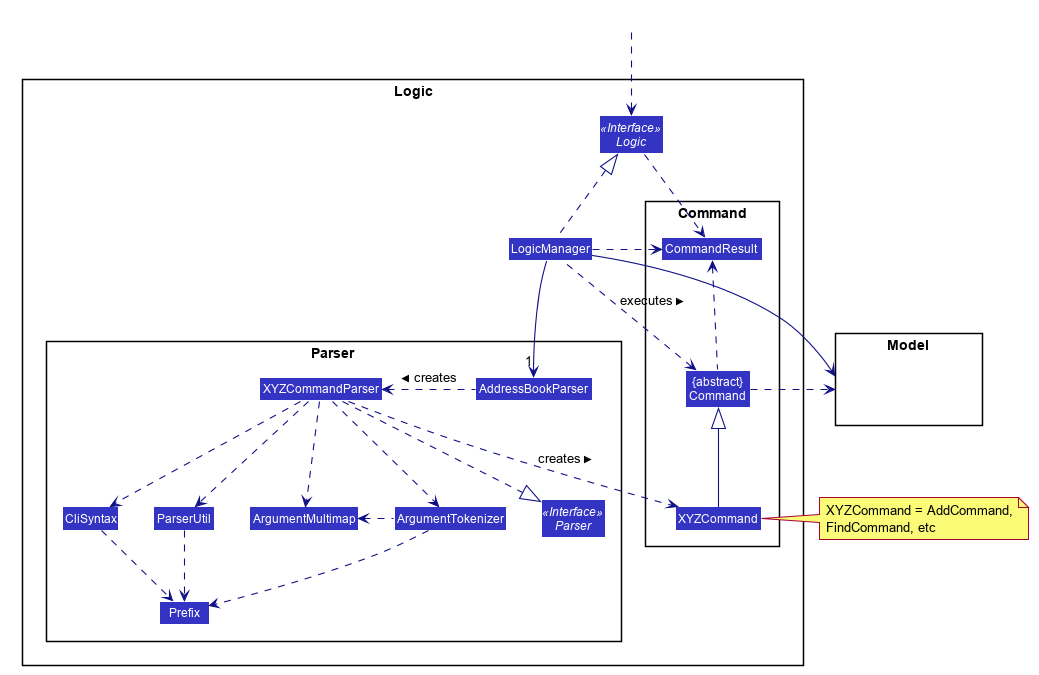
Above: docs/images/LogicClassDiagram.png in nus-cs2103-AY2021S2/tp (PlantUML), before the change.
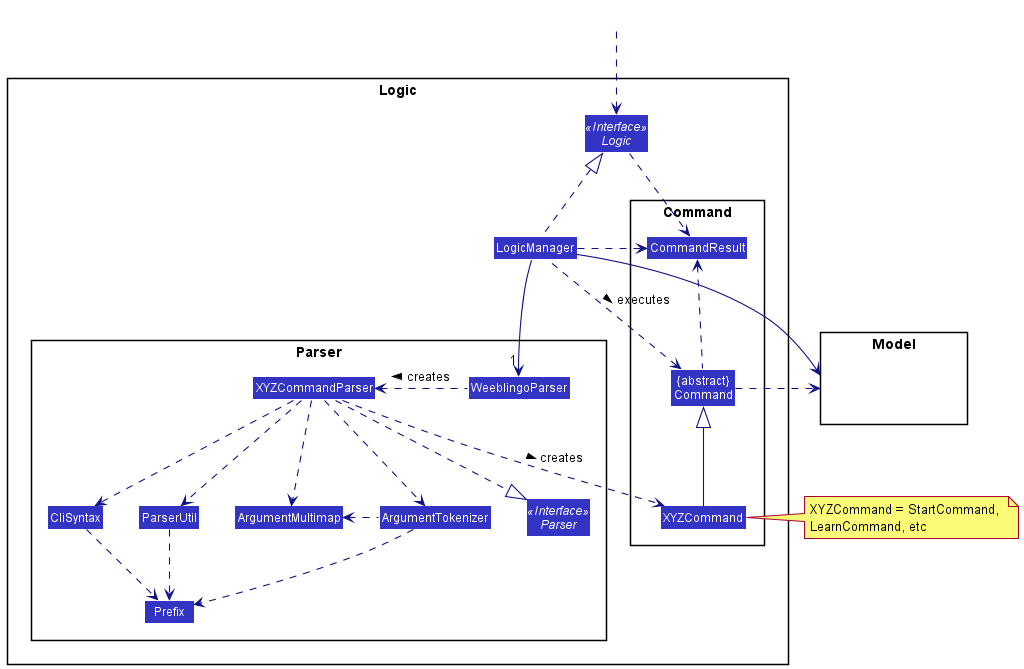
After the commit.

Diff of the diagram source:
```diff
@@ -1,61 +1,14 @@
 @startuml
-
-
-
-
-
-
-
-
-skinparam BackgroundColor #FFFFFFF
-
-skinparam Shadowing false
-
-skinparam Class {
-    FontColor #FFFFFF
-    BorderThickness 1
-    BorderColor #FFFFFF
-    StereotypeFontColor #FFFFFF
-    FontName Arial
-}
-
-skinparam Actor {
-    BorderColor #000000
-    Color #000000
-    FontName Arial
-}
-
-skinparam Sequence {
-    MessageAlign center
-    BoxFontSize 15
-    BoxPadding 0
-    BoxFontColor #FFFFFF
-    FontName Arial
-}
-
-skinparam Participant {
-    FontColor #FFFFFFF
-    Padding 20
-}
-
-skinparam MinClassWidth 50
-skinparam ParticipantPadding 10
-skinparam Shadowing false
-skinparam DefaultTextAlignment center
-skinparam packageStyle Rectangle
-
-hide footbox
-hide members
-hide circle
+!include style.puml
 skinparam arrowThickness 1.1
-skinparam arrowColor #101086
-skinparam classBackgroundColor #3333C4
+skinparam arrowColor LOGIC_COLOR_T4
+skinparam classBackgroundColor LOGIC_COLOR
 
 package Logic {
 
 package Parser {
 Interface Parser <<Interface>>
-Class AddressBookParser
+Class WeeblingoParser
 Class XYZCommandParser
 Class CliSyntax
 Class ParserUtil
@@ -82,8 +35,8 @@
 HiddenOutside ..> Logic
 
 LogicManager .up.|> Logic
-LogicManager -->"1" AddressBookParser
-AddressBookParser .left.> XYZCommandParser: creates >
+LogicManager -->"1" WeeblingoParser
+WeeblingoParser .left.> XYZCommandParser: creates >
 
 XYZCommandParser ..> XYZCommand : creates >
 XYZCommandParser ..|> Parser
@@ -100,7 +53,7 @@
 
 LogicManager --> Model
 Command .right.> Model
-note right of XYZCommand: XYZCommand = AddCommand, \nFindCommand, etc
+note right of XYZCommand: XYZCommand = StartCommand, \nLearnCommand, etc
 
 Logic ..> CommandResult
 LogicManager .down.> CommandResult
```
